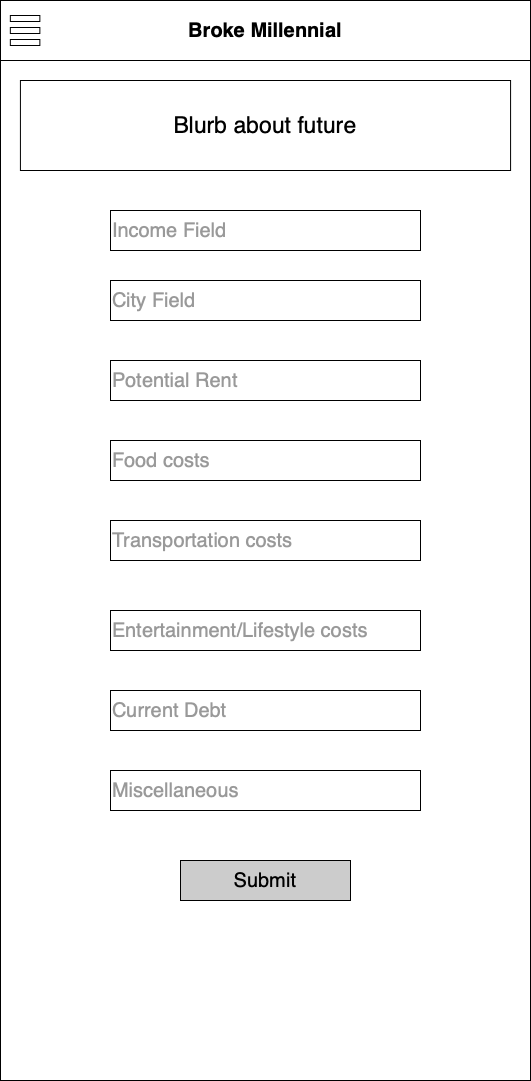
The draw.io diagram ux-design/Plan_Future.png in software-assignments-spring2021/spring-2020-cruel-badger, before a commit. Source tidied: cells renumbered, new cells last; positions are measured from the earlier drawing's top-left corner, leaving out a move shared by most shapes.
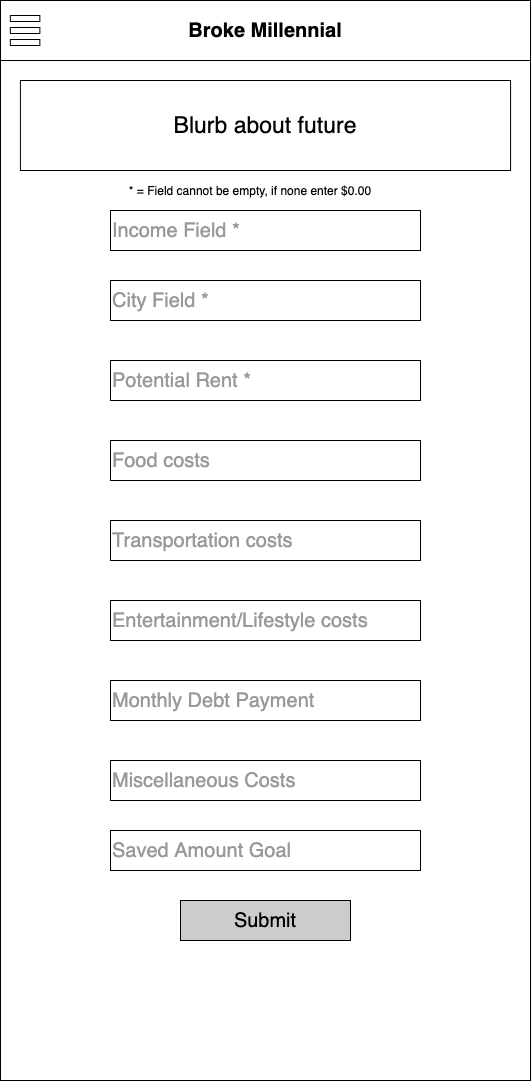
The same file after the commit.

What changed in the source:
```diff
@@ -23,32 +23,38 @@
     <mxCell id="8" value="&lt;font style=&quot;font-size: 23px&quot;&gt;Blurb about future&lt;/font&gt;" style="rounded=0;whiteSpace=wrap;html=1;fontSize=20;" parent="1" vertex="1">
       <mxGeometry x="19.9" y="80" width="490.2" height="90" as="geometry" />
     </mxCell>
-    <mxCell id="9" value="&lt;font color=&quot;#999999&quot;&gt;City Field&lt;/font&gt;" style="rounded=0;whiteSpace=wrap;html=1;fontSize=20;align=left;" parent="1" vertex="1">
+    <mxCell id="9" value="&lt;font color=&quot;#999999&quot;&gt;City Field *&lt;/font&gt;" style="rounded=0;whiteSpace=wrap;html=1;fontSize=20;align=left;" parent="1" vertex="1">
       <mxGeometry x="110" y="280" width="310" height="40" as="geometry" />
     </mxCell>
-    <mxCell id="10" value="&lt;font color=&quot;#999999&quot;&gt;Income Field&lt;/font&gt;" style="rounded=0;whiteSpace=wrap;html=1;fontSize=20;align=left;" parent="1" vertex="1">
+    <mxCell id="10" value="&lt;font color=&quot;#999999&quot;&gt;Income Field *&lt;/font&gt;" style="rounded=0;whiteSpace=wrap;html=1;fontSize=20;align=left;" parent="1" vertex="1">
       <mxGeometry x="110" y="210" width="310" height="40" as="geometry" />
     </mxCell>
     <mxCell id="11" value="&lt;font color=&quot;#999999&quot;&gt;Food costs&lt;/font&gt;" style="rounded=0;whiteSpace=wrap;html=1;fontSize=20;align=left;" parent="1" vertex="1">
       <mxGeometry x="110" y="440" width="310" height="40" as="geometry" />
     </mxCell>
-    <mxCell id="12" value="&lt;font color=&quot;#999999&quot;&gt;Potential Rent&amp;nbsp;&lt;/font&gt;" style="rounded=0;whiteSpace=wrap;html=1;fontSize=20;align=left;" parent="1" vertex="1">
+    <mxCell id="12" value="&lt;font color=&quot;#999999&quot;&gt;Potential Rent *&amp;nbsp;&lt;/font&gt;" style="rounded=0;whiteSpace=wrap;html=1;fontSize=20;align=left;" parent="1" vertex="1">
       <mxGeometry x="110" y="360" width="310" height="40" as="geometry" />
     </mxCell>
     <mxCell id="13" value="&lt;font color=&quot;#999999&quot;&gt;Transportation costs&lt;/font&gt;" style="rounded=0;whiteSpace=wrap;html=1;fontSize=20;align=left;" parent="1" vertex="1">
       <mxGeometry x="110" y="520" width="310" height="40" as="geometry" />
     </mxCell>
     <mxCell id="14" value="&lt;font color=&quot;#999999&quot;&gt;Entertainment/Lifestyle costs&lt;/font&gt;" style="rounded=0;whiteSpace=wrap;html=1;fontSize=20;align=left;" parent="1" vertex="1">
-      <mxGeometry x="110" y="610" width="310" height="40" as="geometry" />
+      <mxGeometry x="110" y="600" width="310" height="40" as="geometry" />
     </mxCell>
-    <mxCell id="15" value="&lt;font color=&quot;#999999&quot;&gt;Current Debt&lt;/font&gt;" style="rounded=0;whiteSpace=wrap;html=1;fontSize=20;align=left;" parent="1" vertex="1">
-      <mxGeometry x="110" y="690" width="310" height="40" as="geometry" />
+    <mxCell id="15" value="&lt;font color=&quot;#999999&quot;&gt;Monthly Debt Payment&lt;/font&gt;" style="rounded=0;whiteSpace=wrap;html=1;fontSize=20;align=left;" parent="1" vertex="1">
+      <mxGeometry x="110" y="680" width="310" height="40" as="geometry" />
     </mxCell>
-    <mxCell id="16" value="&lt;font color=&quot;#999999&quot;&gt;Miscellaneous&amp;nbsp;&lt;/font&gt;" style="rounded=0;whiteSpace=wrap;html=1;fontSize=20;align=left;" parent="1" vertex="1">
-      <mxGeometry x="110" y="770" width="310" height="40" as="geometry" />
+    <mxCell id="16" value="&lt;font color=&quot;#999999&quot;&gt;Miscellaneous Costs&lt;/font&gt;" style="rounded=0;whiteSpace=wrap;html=1;fontSize=20;align=left;" parent="1" vertex="1">
+      <mxGeometry x="110" y="760" width="310" height="40" as="geometry" />
     </mxCell>
     <mxCell id="17" value="Submit" style="rounded=0;whiteSpace=wrap;html=1;fontSize=20;fillColor=#CCCCCC;" parent="1" vertex="1">
-      <mxGeometry x="180" y="860" width="170" height="40" as="geometry" />
+      <mxGeometry x="180" y="900" width="170" height="40" as="geometry" />
     </mxCell>
+    <mxCell id="18" value="&lt;font color=&quot;#999999&quot;&gt;Saved Amount Goal&lt;/font&gt;" style="rounded=0;whiteSpace=wrap;html=1;fontSize=20;align=left;" parent="1" vertex="1">
+      <mxGeometry x="110" y="830" width="310" height="40" as="geometry" />
+    </mxCell>
+    <mxCell id="19" value="* = Field cannot be empty, if none enter $0.00" style="text;html=1;strokeColor=none;fillColor=none;align=center;verticalAlign=middle;whiteSpace=wrap;rounded=0;" parent="1" vertex="1">
+      <mxGeometry x="110" y="180" width="280" height="20" as="geometry" />
+    </mxCell>
   </root>
 </mxGraphModel>
```
